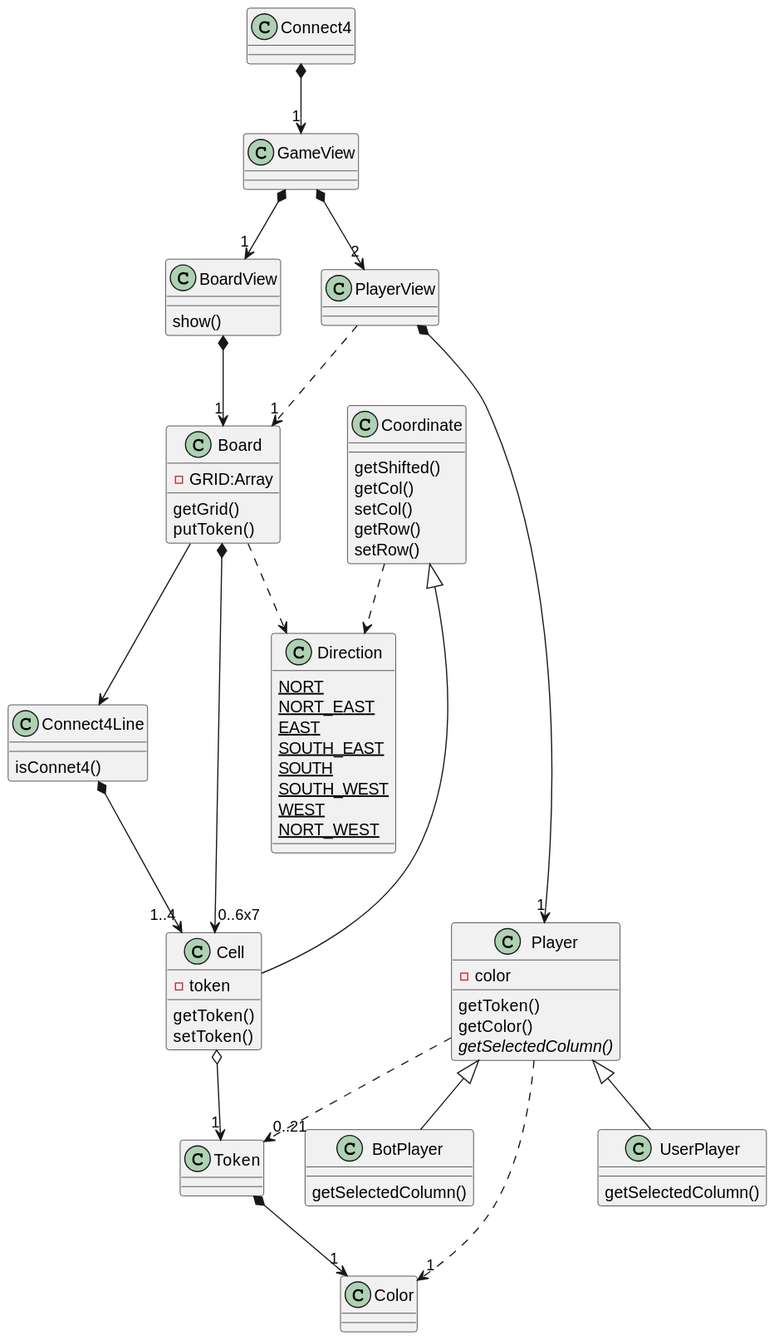
The PlantUML diagram out/connect4/connect4/Connect4.svg in olaft/mpds-javascript, before a commit.
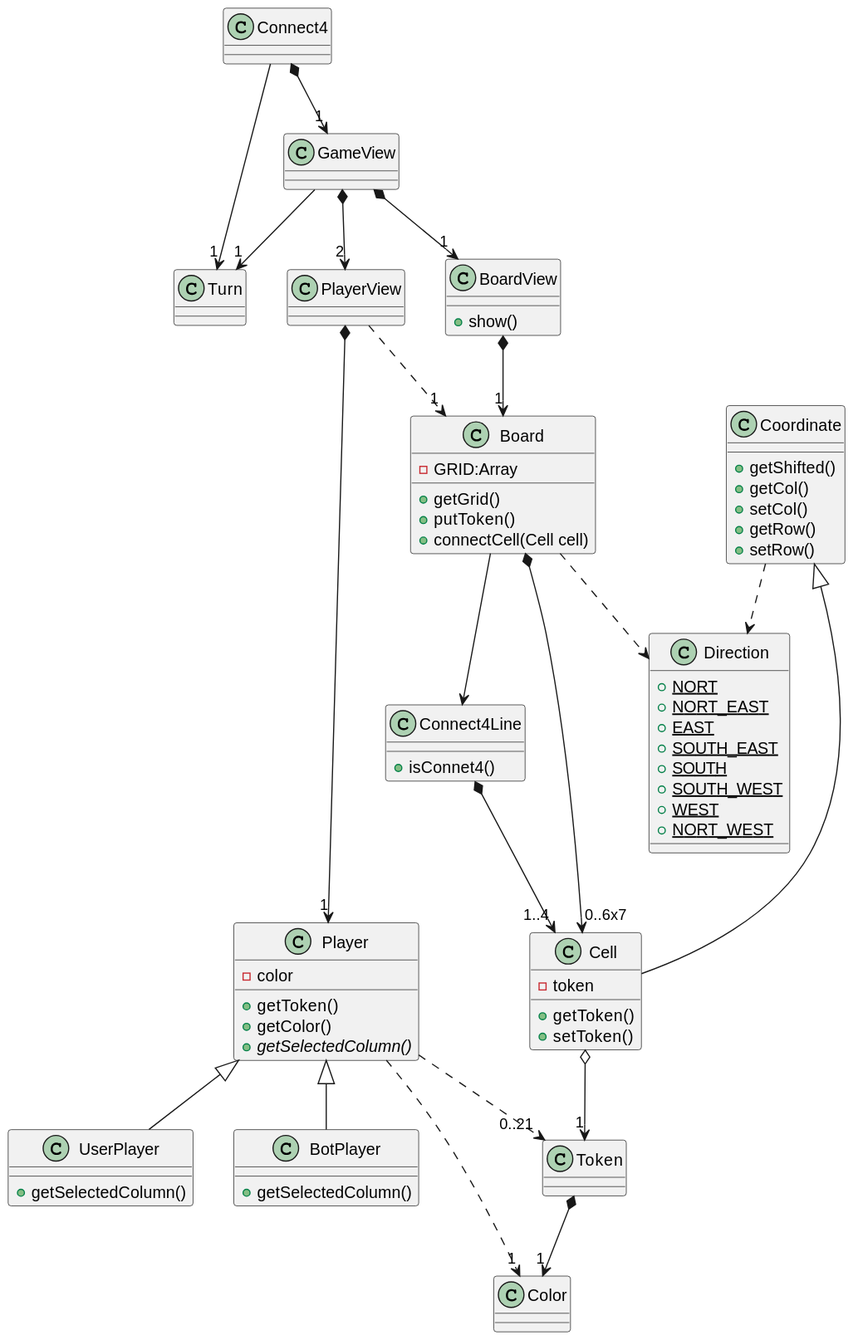
Above is the later version.

Diff of the diagram source:
```diff
@@ -1,61 +1,68 @@
 @startuml Connect4
-class Connect4
+class Connect4 {
+}
+
+class Turn {
+}
 
 class Direction {
-    {static} NORT
-    {static} NORT_EAST
-    {static} EAST
-    {static} SOUTH_EAST
-    {static} SOUTH
-    {static} SOUTH_WEST
-    {static} WEST
-    {static} NORT_WEST
+    {static} +NORT
+    {static} +NORT_EAST
+    {static} +EAST
+    {static} +SOUTH_EAST
+    {static} +SOUTH
+    {static} +SOUTH_WEST
+    {static} +WEST
+    {static} +NORT_WEST
 }
 
 class Board{
     -GRID:Array
-    getGrid()
-    putToken()
+    +getGrid()
+    +putToken()
+    +connectCell(Cell cell)
 }
 class GameView {
 }
 class PlayerView {
 }
 class BoardView {
-    show()
+    +show()
 }
 class Player {
     -color
-    getToken()
-    getColor()
-    {abstract} getSelectedColumn()
+    +getToken()
+    +getColor()
+    {abstract} +getSelectedColumn()
 }
 class UserPlayer {
-    getSelectedColumn()
+    +getSelectedColumn()
 }
 class BotPlayer {
-    getSelectedColumn()
+    +getSelectedColumn()
 }
 class Cell {
     -token
-    getToken()
-    setToken()
+    +getToken()
+    +setToken()
 }
 class Coordinate {
-    getShifted()
-    getCol()
-    setCol()
-    getRow()
-    setRow()
+    +getShifted()
+    +getCol()
+    +setCol()
+    +getRow()
+    +setRow()
 }
 class Token
 class Color{
 }
 class Connect4Line {
-    isConnet4()
+    +isConnet4()
 }
 
 Connect4 *--> "1" GameView
+Connect4 --> "1" Turn
+GameView --> "1" Turn
 GameView *--> "2" PlayerView
 GameView *--> "1" BoardView
 PlayerView *--> "1" Player
```
